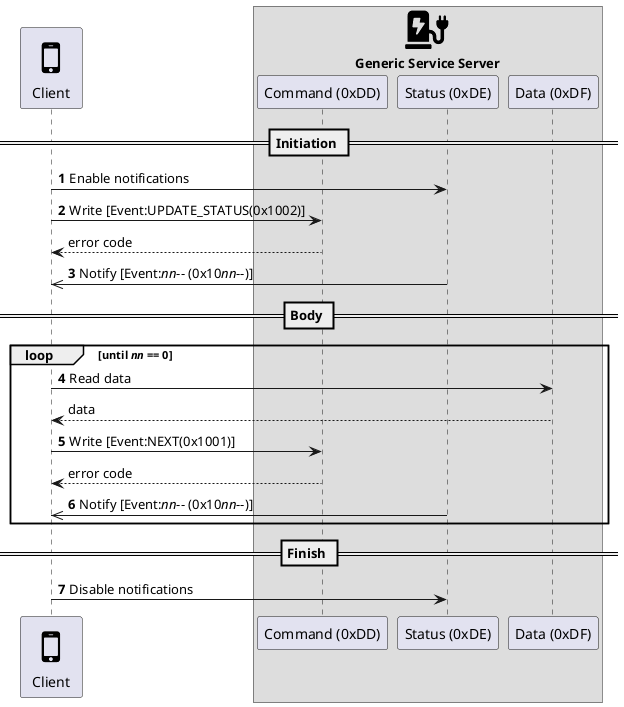
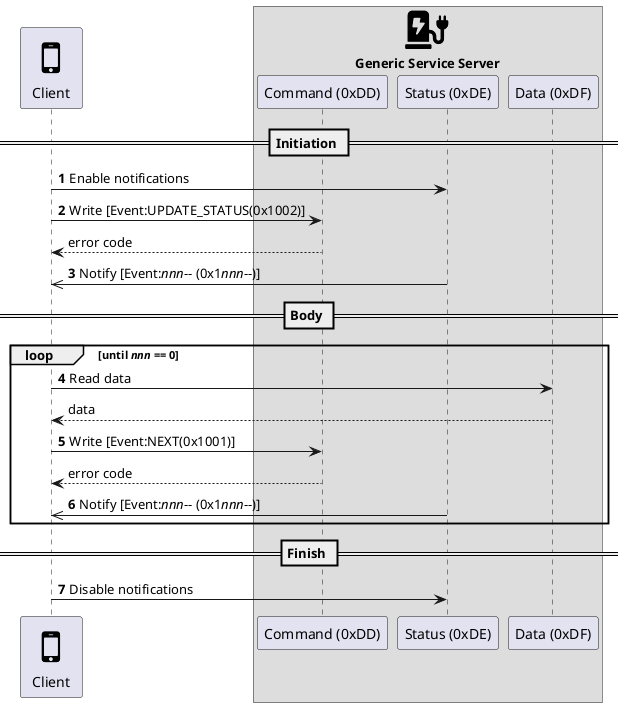
@startuml
skinparam defaultTextAlignment center
skinparam sequenceMessageAlign left

!include <tupadr3/common>
!include <tupadr3/font-awesome/mobile>
!include <tupadr3/font-awesome-5/charging_station>

participant "<$mobile>\nClient" as GSM
box "<$charging_station>\nGeneric Service Server"
participant "Command (0xDD)" as Command
participant "Status (0xDE)" as Status
participant "Data (0xDF)" as Data
end box
autonumber
== Initiation ==
GSM ->  Status: Enable notifications
GSM -> Command: Write [Event:UPDATE_STATUS(0x1002)]
autonumber stop
return error code
autonumber resume
- GSM <<- Status: Notify [Event://nn//~-- (0x10//nn//--)]
+ GSM <<- Status: Notify [Event://nnn//~-- (0x1//nnn//--)]
== Body ==
- loop until //nn// == 0
+ loop until //nnn// == 0
  GSM -> Data: Read data
  autonumber stop
  return data
  autonumber resume
  GSM -> Command: Write [Event:NEXT(0x1001)]
  autonumber stop
  return error code
  autonumber resume
-   GSM <<- Status: Notify [Event://nn//~-- (0x10//nn//--)]
+   GSM <<- Status: Notify [Event://nnn//~-- (0x1//nnn//--)]
end
== Finish ==
GSM ->  Status: Disable notifications
@enduml